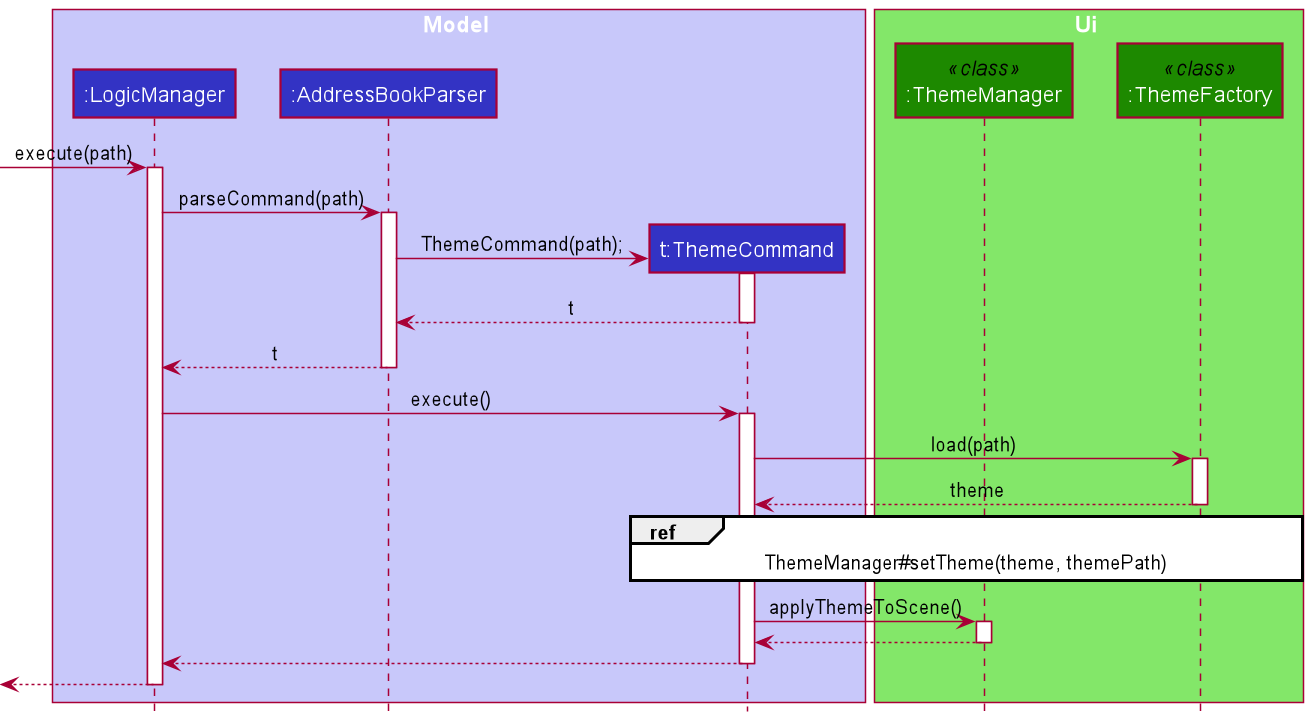
Above: docs/images/ThemeCommandSequenceDiagram.png in nus-cs2103-AY2021S2/tp (PlantUML), before the change. Its diagram source:
```plantuml
@startuml
!include style.puml

autoactivate on

box Model LOGIC_COLOR_T1
participant ":LogicManager" as LogicManager LOGIC_COLOR
participant ":AddressBookParser" as AddressBookParser LOGIC_COLOR
participant "t:ThemeCommand" as ThemeCommand LOGIC_COLOR
end box

box Ui UI_COLOR_T1
participant ":ThemeManager" as ThemeManager << class >> UI_COLOR
participant ":ThemeFactory" as ThemeFactory << class >> UI_COLOR
end box

[->  LogicManager : execute(path)

LogicManager -> AddressBookParser : parseCommand(path)

create ThemeCommand
AddressBookParser -> ThemeCommand : ThemeCommand(path);

ThemeCommand --> AddressBookParser : t

AddressBookParser --> LogicManager : t

LogicManager -> ThemeCommand : execute()

ThemeCommand -> ThemeFactory : load(path)

ThemeFactory --> ThemeCommand : theme

ref over ThemeCommand, ThemeFactory : ThemeManager#setTheme(theme, themePath)

ThemeCommand -> ThemeManager : applyThemeToScene()

ThemeManager --> ThemeCommand

ThemeCommand --> LogicManager

[<-- LogicManager

@enduml
```
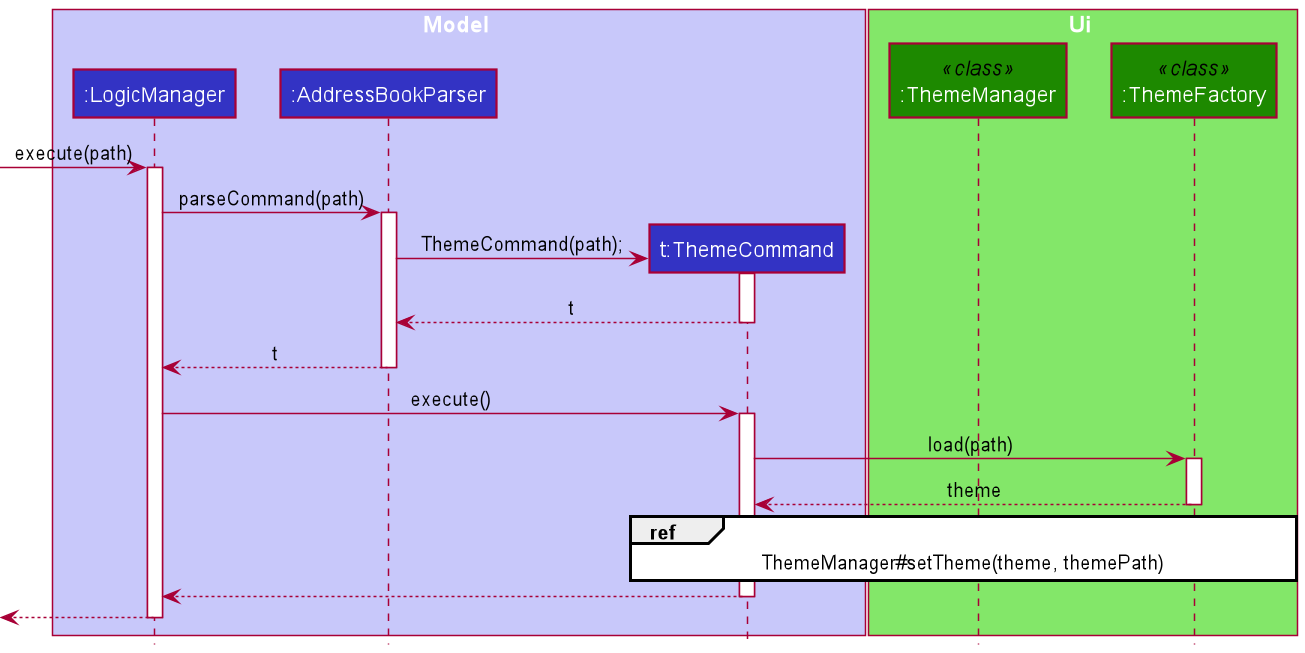
After the change.

Change to the diagram source:
```diff
@@ -33,10 +33,6 @@
 
 ref over ThemeCommand, ThemeFactory : ThemeManager#setTheme(theme, themePath)
 
-ThemeCommand -> ThemeManager : applyThemeToScene()
-
-ThemeManager --> ThemeCommand
-
 ThemeCommand --> LogicManager
 
 [<-- LogicManager
```
